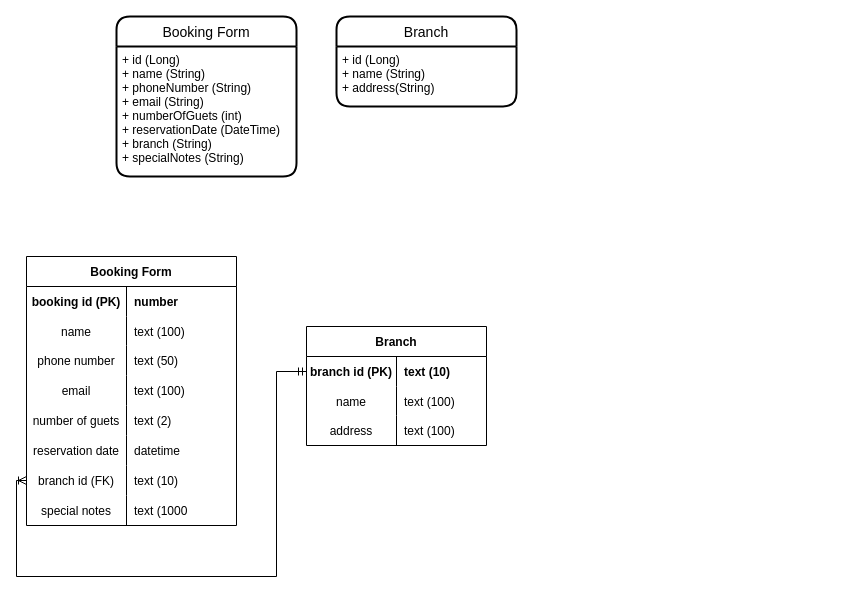
Earlier version of the draw.io diagram database-design/database.drawio (ducnguyen1206/sushi-website-document). Source tidied: cells renumbered, new cells numbered last; positions are measured from the earlier drawing's top-left corner, leaving out a move shared by most shapes. Both pictures are drawn from the tidied source at 100%, with x=0, y=0 at pixel (16, 16).
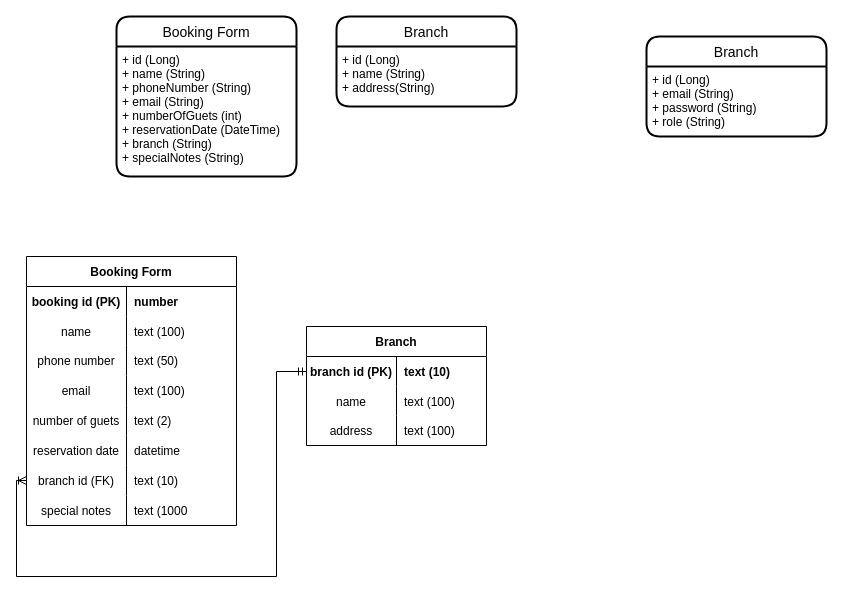
Above is the later version.

Change to the diagram source:
```diff
@@
+    <mxCell id="42" value="Branch" style="swimlane;horizontal=1;startSize=30;rounded=1;fontSize=14;fontStyle=0;strokeWidth=2;shadow=0;dashed=0;align=center;" parent="1" vertex="1">
+      <mxGeometry x="630" y="20" width="180" height="100" as="geometry" />
+    </mxCell>
+    <mxCell id="43" value="+ id (Long)&#10;+ email (String)&#10;+ password (String)&#10;+ role (String)" style="align=left;strokeColor=none;fillColor=none;spacingLeft=4;fontSize=12;verticalAlign=top;" parent="42" vertex="1">
+      <mxGeometry y="30" width="180" height="70" as="geometry" />
+    </mxCell>
```
